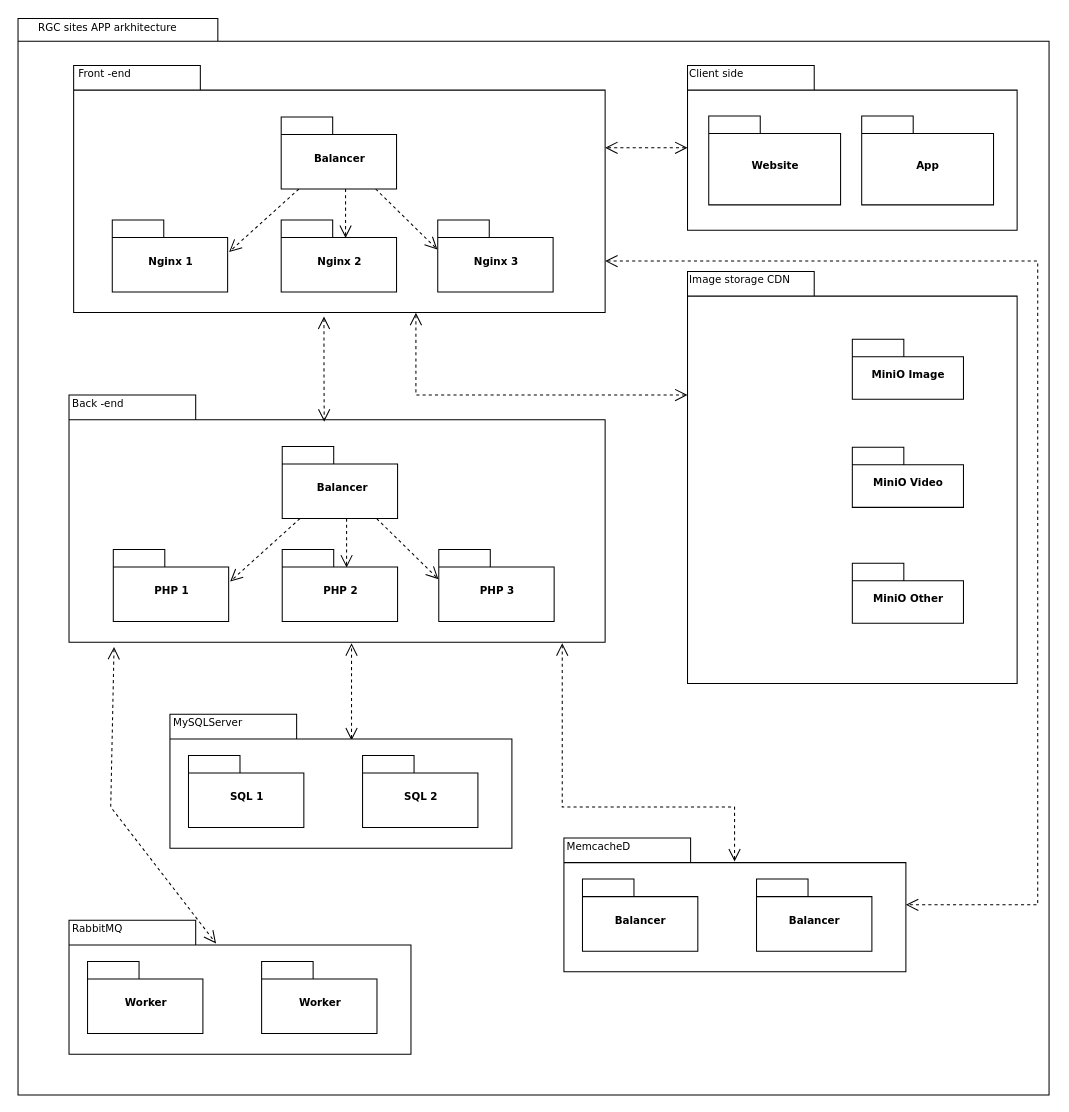
Above: arkhitecture RGC sites system.drawio in xxipocima/TestPHPGenesis (draw.io), before the change. Source tidied: cells renumbered, new cells numbered last; positions are measured from the earlier drawing's top-left corner, leaving out a move shared by most shapes. Both pictures are drawn from the tidied source at 103%, with x=0, y=0 at pixel (18, 18).
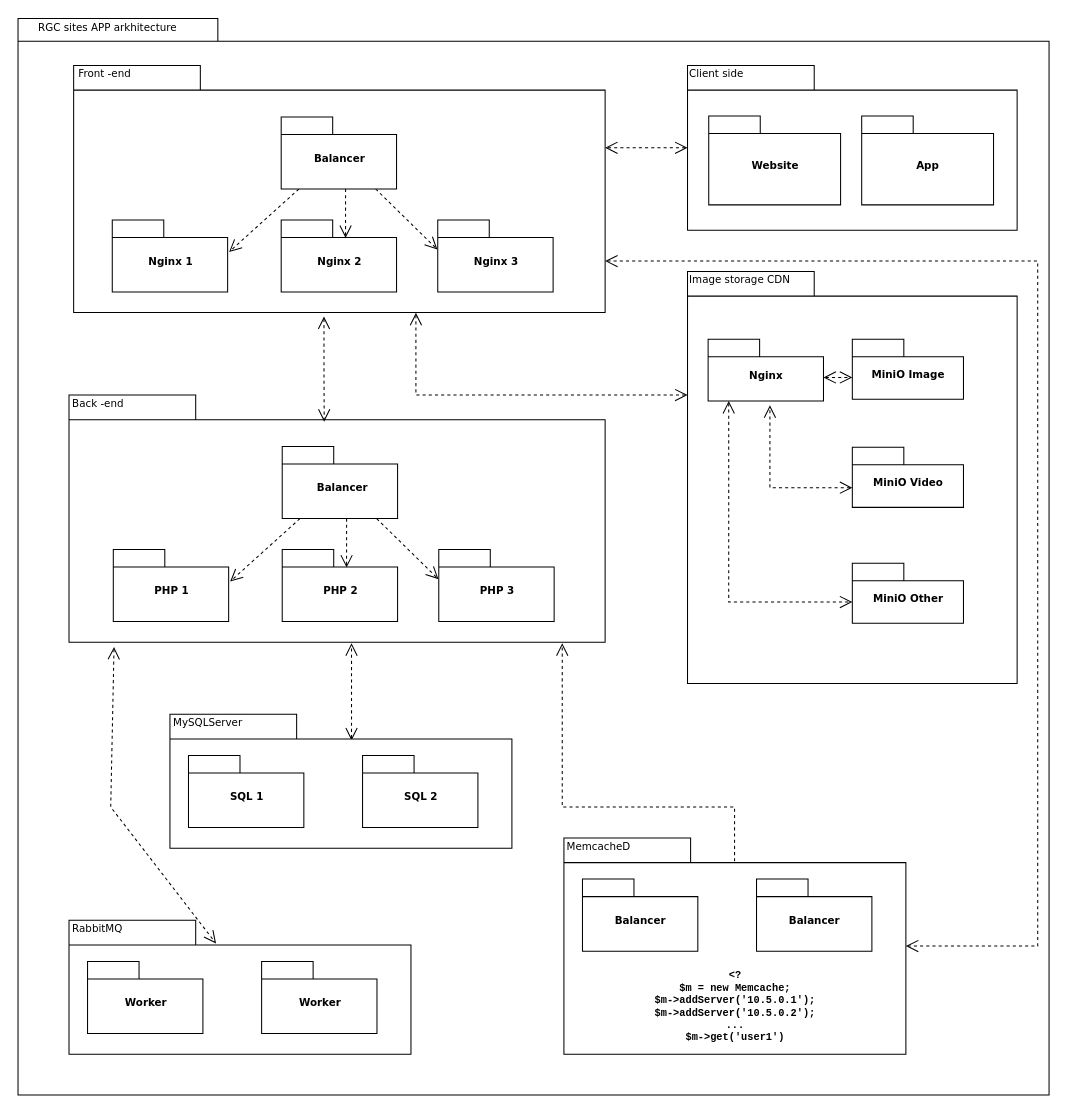
The same diagram, later.

Unchanged cells that the change refers to:
```xml
<mxCell id="4" style="group;" parent="3" vertex="1">
  <mxGeometry width="320" height="400" as="geometry" />
</mxCell>
<mxCell id="5" style="shape=folder;fontStyle=1;spacingTop=10;tabWidth=123;tabHeight=24;tabPosition=left;html=1;rounded=0;shadow=0;comic=0;labelBackgroundColor=none;strokeWidth=1;fontFamily=Verdana;fontSize=10;align=center;" parent="4" vertex="1">
  <mxGeometry width="320" height="400" as="geometry" />
</mxCell>
<mxCell id="6" value="MiniO Image" style="shape=folder;fontStyle=1;spacingTop=10;tabWidth=50;tabHeight=17;tabPosition=left;html=1;rounded=0;shadow=0;comic=0;labelBackgroundColor=none;strokeWidth=1;fontFamily=Verdana;fontSize=10;align=center;" parent="4" vertex="1">
  <mxGeometry x="160" y="65.8" width="107.9" height="58.3" as="geometry" />
</mxCell>
<mxCell id="7" value="MiniO Video" style="shape=folder;fontStyle=1;spacingTop=10;tabWidth=50;tabHeight=17;tabPosition=left;html=1;rounded=0;shadow=0;comic=0;labelBackgroundColor=none;strokeWidth=1;fontFamily=Verdana;fontSize=10;align=center;" parent="4" vertex="1">
  <mxGeometry x="160" y="170.8" width="107.9" height="58.3" as="geometry" />
</mxCell>
<mxCell id="8" value="MiniO Other" style="shape=folder;fontStyle=1;spacingTop=10;tabWidth=50;tabHeight=17;tabPosition=left;html=1;rounded=0;shadow=0;comic=0;labelBackgroundColor=none;strokeWidth=1;fontFamily=Verdana;fontSize=10;align=center;" parent="4" vertex="1">
  <mxGeometry x="160" y="283.3" width="107.9" height="58.3" as="geometry" />
</mxCell>
```

Change to the diagram source:
```diff
@@
+    <mxCell id="53" style="edgeStyle=elbowEdgeStyle;rounded=0;jumpSize=10;jettySize=auto;elbow=vertical;html=1;entryX=0.25;entryY=0.325;entryDx=0;entryDy=0;entryPerimeter=0;dashed=1;startArrow=open;startFill=0;startSize=10;endArrow=open;endFill=0;endSize=10;targetPerimeterSpacing=0;strokeWidth=1;" parent="4" edge="1" source="7" target="5">
+      <mxGeometry relative="1" as="geometry">
+        <Array as="points">
+          <mxPoint x="120" y="210" />
+        </Array>
+      </mxGeometry>
+    </mxCell>
@@
+    <mxCell id="54" style="edgeStyle=elbowEdgeStyle;rounded=0;jumpSize=10;jettySize=auto;elbow=vertical;html=1;entryX=0;entryY=0;entryDx=0;entryDy=37.665000000000006;entryPerimeter=0;dashed=1;startArrow=open;startFill=0;startSize=10;endArrow=open;endFill=0;endSize=10;targetPerimeterSpacing=0;strokeWidth=1;" parent="4" edge="1" source="56" target="6">
+      <mxGeometry relative="1" as="geometry" />
+    </mxCell>
+    <mxCell id="55" style="edgeStyle=elbowEdgeStyle;rounded=0;jumpSize=10;jettySize=auto;elbow=vertical;html=1;entryX=0;entryY=0;entryDx=0;entryDy=37.665000000000006;entryPerimeter=0;dashed=1;startArrow=open;startFill=0;startSize=10;endArrow=open;endFill=0;endSize=10;targetPerimeterSpacing=0;strokeWidth=1;" parent="4" edge="1" source="56" target="8">
+      <mxGeometry relative="1" as="geometry">
+        <Array as="points">
+          <mxPoint x="40" y="321" />
+        </Array>
+      </mxGeometry>
+    </mxCell>
+    <mxCell id="56" value="Nginx" style="shape=folder;fontStyle=1;spacingTop=10;tabWidth=50;tabHeight=17;tabPosition=left;html=1;rounded=0;shadow=0;comic=0;labelBackgroundColor=none;strokeColor=#000000;strokeWidth=1;fillColor=#ffffff;fontFamily=Verdana;fontSize=10;fontColor=#000000;align=center;" parent="4" vertex="1">
+      <mxGeometry x="20" y="65.8" width="112" height="60" as="geometry" />
+    </mxCell>
@@
-    <mxCell id="44" style="shape=folder;fontStyle=1;spacingTop=10;tabWidth=123;tabHeight=24;tabPosition=left;html=1;rounded=0;shadow=0;comic=0;labelBackgroundColor=none;strokeWidth=1;fontFamily=Verdana;fontSize=10;align=center;" parent="1" vertex="1">
-      <mxGeometry x="530" y="796" width="332" height="130" as="geometry" />
+    <mxCell id="44" value="&lt;pre&gt;&lt;code&gt;&lt;br&gt;&lt;br&gt;&lt;br&gt;&lt;br&gt;&lt;br&gt;&lt;br&gt;&lt;br&gt;&lt;br&gt;&lt;br&gt;&amp;lt;?&lt;br/&gt;$m = new Memcache;&lt;br/&gt;$m-&amp;gt;addServer(&lt;b&gt;'10.5.0.1'&lt;/b&gt;);&lt;br/&gt;$m-&amp;gt;addServer(&lt;b&gt;'10.5.0.2'&lt;/b&gt;);&lt;br/&gt;...&lt;br/&gt;$m-&amp;gt;get('user1')&lt;/code&gt;&lt;/pre&gt;" style="shape=folder;fontStyle=1;spacingTop=10;tabWidth=123;tabHeight=24;tabPosition=left;html=1;rounded=0;shadow=0;comic=0;labelBackgroundColor=none;strokeWidth=1;fontFamily=Verdana;fontSize=10;align=center;" parent="1" vertex="1">
+      <mxGeometry x="530" y="796" width="332" height="210" as="geometry" />
     </mxCell>
```
